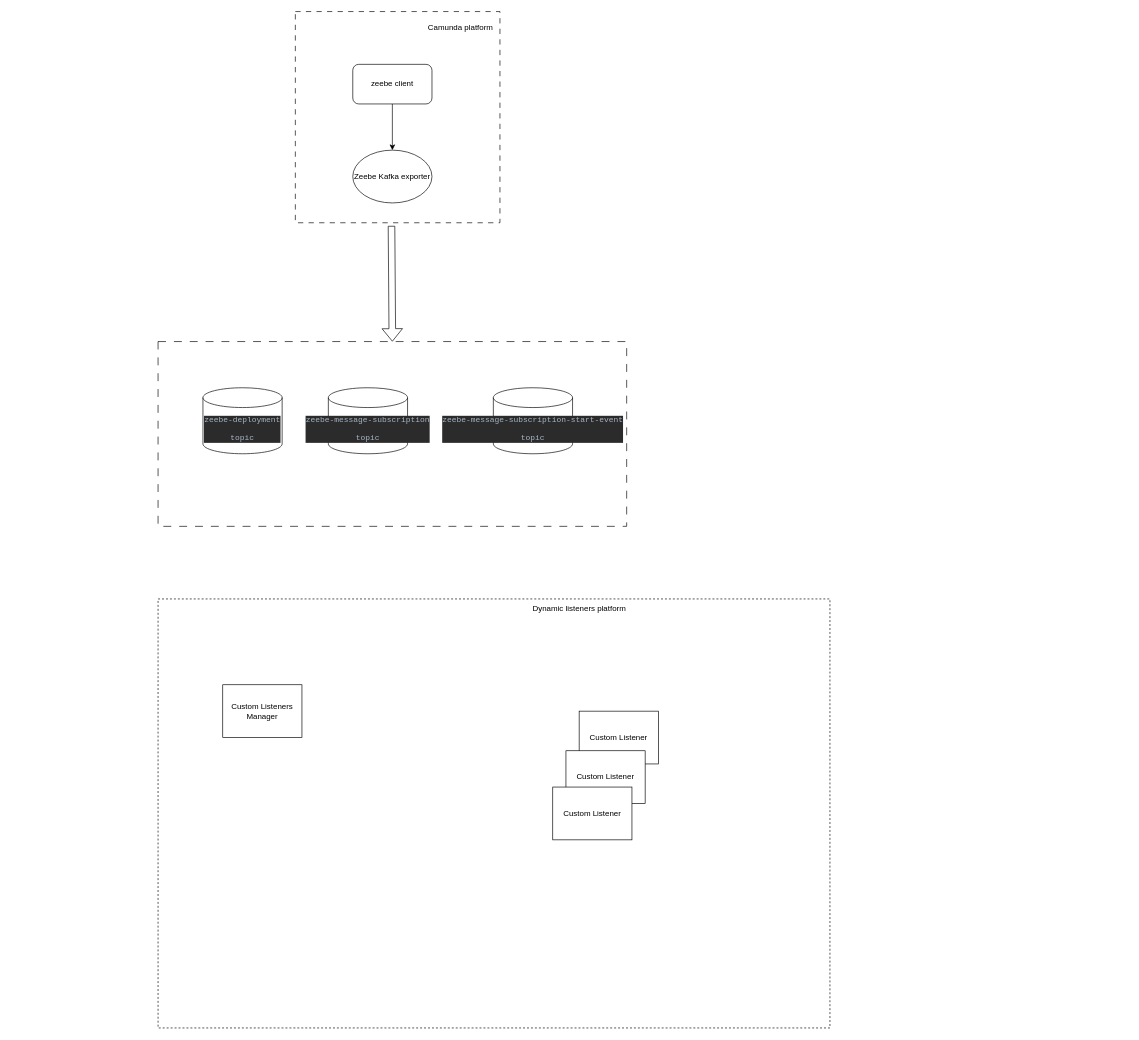
The draw.io diagram Diagram bez názvu.drawio in mciz/definitely-not-watch, before the edit. Source tidied: cells renumbered, new cells numbered last; positions are measured from the earlier drawing's top-left corner, leaving out a move shared by most shapes. Both pictures are drawn from the tidied source at 66%, with x=0, y=0 at pixel (158, 11).
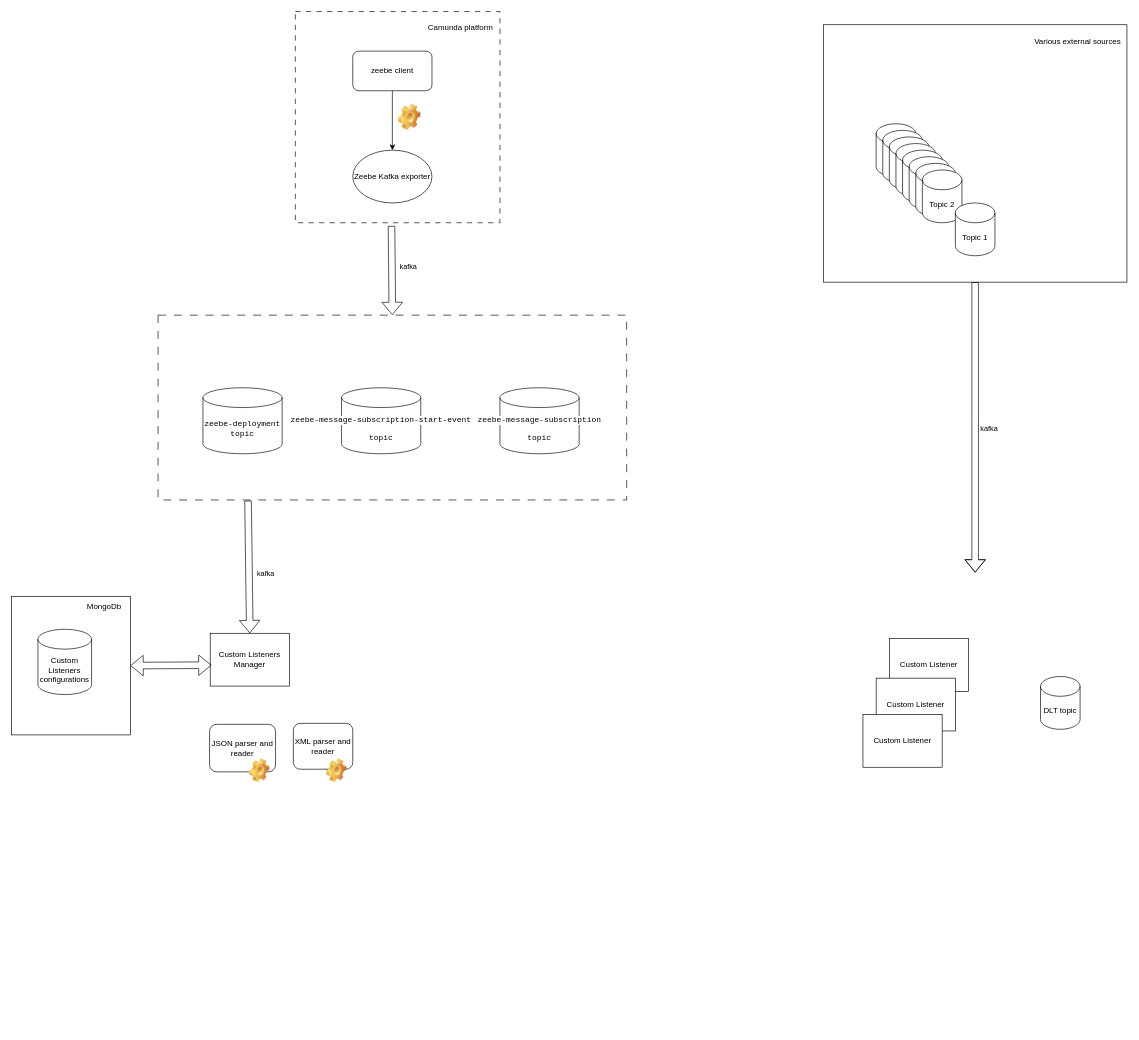
The same diagram, later.

Unchanged cells that the change refers to:
```xml
<mxCell id="13" style="shape=flexArrow;endArrow=classic;html=1;rounded=0;exitX=0.47;exitY=1.015;exitDx=0;exitDy=0;exitPerimeter=0;entryX=0.5;entryY=0;entryDx=0;entryDy=0;" parent="1" edge="1" source="5" target="4">
  <mxGeometry relative="1" as="geometry" />
</mxCell>
```

The edit, as a diff of the source:
```diff
@@
-    <mxCell id="2" style="rounded=0;whiteSpace=wrap;html=1;dashed=1;" parent="1" vertex="1">
-      <mxGeometry y="890" width="1018" height="650" as="geometry" />
-    </mxCell>
-    <mxCell id="3" value="Custom Listener" style="rectangle;whiteSpace=wrap;html=1;" parent="1" vertex="1">
-      <mxGeometry x="638" y="1060" width="120" height="80" as="geometry" />
-    </mxCell>
     <mxCell id="4" style="rounded=0;whiteSpace=wrap;html=1;dashed=1;dashPattern=12 12;" parent="1" vertex="1">
-      <mxGeometry y="500" width="710" height="280" as="geometry" />
+      <mxGeometry y="460" width="710" height="280" as="geometry" />
     </mxCell>
@@
     <mxCell id="7" value="zeebe client" style="rounded=1;whiteSpace=wrap;html=1;" parent="1" vertex="1">
-      <mxGeometry x="295" y="80" width="120" height="60" as="geometry" />
+      <mxGeometry x="295" y="60" width="120" height="60" as="geometry" />
     </mxCell>
@@
-    <mxCell id="9" value="&lt;div style=&quot;background-color:#2b2b2b;color:#a9b7c6;font-family:'JetBrains Mono',monospace;font-size:9,8pt;&quot;&gt;&lt;pre&gt;zeebe-deployment&lt;/pre&gt;&lt;pre&gt;topic&lt;/pre&gt;&lt;/div&gt;" style="shape=cylinder3;whiteSpace=wrap;html=1;boundedLbl=1;backgroundOutline=1;size=15;" parent="1" vertex="1">
+    <mxCell id="9" value="&lt;div style=&quot;&quot;&gt;&lt;pre style=&quot;&quot;&gt;&lt;pre style=&quot;border-color: var(--border-color);&quot;&gt;&lt;span style=&quot;background-color: rgb(255, 255, 255);&quot;&gt;zeebe-deployment&lt;br&gt;topic&lt;/span&gt;&lt;font style=&quot;background-color: rgb(43, 43, 43);&quot; face=&quot;JetBrains Mono, monospace&quot; color=&quot;#a9b7c6&quot;&gt;&lt;br&gt;&lt;/font&gt;&lt;/pre&gt;&lt;/pre&gt;&lt;/div&gt;" style="shape=cylinder3;whiteSpace=wrap;html=1;boundedLbl=1;backgroundOutline=1;size=15;" parent="1" vertex="1">
       <mxGeometry x="68" y="570" width="120" height="100" as="geometry" />
     </mxCell>
-    <mxCell id="10" value="&lt;div style=&quot;background-color:#2b2b2b;color:#a9b7c6;font-family:'JetBrains Mono',monospace;font-size:9,8pt;&quot;&gt;&lt;pre&gt;zeebe-message-subscription&lt;/pre&gt;&lt;pre&gt;topic&lt;br&gt;&lt;/pre&gt;&lt;/div&gt;" style="shape=cylinder3;whiteSpace=wrap;html=1;boundedLbl=1;backgroundOutline=1;size=15;" parent="1" vertex="1">
-      <mxGeometry x="258" y="570" width="120" height="100" as="geometry" />
+    <mxCell id="10" value="&lt;div style=&quot;font-family: &amp;quot;JetBrains Mono&amp;quot;, monospace;&quot;&gt;&lt;pre style=&quot;&quot;&gt;&lt;span style=&quot;background-color: rgb(255, 255, 255);&quot;&gt;zeebe-message-subscription&lt;/span&gt;&lt;/pre&gt;&lt;pre style=&quot;&quot;&gt;&lt;span style=&quot;background-color: rgb(255, 255, 255);&quot;&gt;topic&lt;/span&gt;&lt;font style=&quot;background-color: rgb(43, 43, 43);&quot; color=&quot;#a9b7c6&quot;&gt;&lt;br&gt;&lt;/font&gt;&lt;/pre&gt;&lt;/div&gt;" style="shape=cylinder3;whiteSpace=wrap;html=1;boundedLbl=1;backgroundOutline=1;size=15;" parent="1" vertex="1">
+      <mxGeometry x="518" y="570" width="120" height="100" as="geometry" />
     </mxCell>
-    <mxCell id="11" value="&lt;div style=&quot;background-color:#2b2b2b;color:#a9b7c6;font-family:'JetBrains Mono',monospace;font-size:9,8pt;&quot;&gt;&lt;pre&gt;zeebe-message-subscription-start-event&lt;/pre&gt;&lt;pre&gt;&lt;span style=&quot;font-family: &amp;quot;JetBrains Mono&amp;quot;, monospace;&quot;&gt;topic&lt;/span&gt;&lt;br&gt;&lt;/pre&gt;&lt;/div&gt;" style="shape=cylinder3;whiteSpace=wrap;html=1;boundedLbl=1;backgroundOutline=1;size=15;" parent="1" vertex="1">
-      <mxGeometry x="508" y="570" width="120" height="100" as="geometry" />
+    <mxCell id="11" value="&lt;div style=&quot;font-family: &amp;quot;JetBrains Mono&amp;quot;, monospace;&quot;&gt;&lt;pre style=&quot;&quot;&gt;&lt;span style=&quot;background-color: rgb(255, 255, 255);&quot;&gt;zeebe-message-subscription-start-event&lt;/span&gt;&lt;/pre&gt;&lt;pre style=&quot;&quot;&gt;&lt;span style=&quot;font-family: &amp;quot;JetBrains Mono&amp;quot;, monospace; background-color: rgb(255, 255, 255);&quot;&gt;topic&lt;/span&gt;&lt;font style=&quot;background-color: rgb(43, 43, 43);&quot; color=&quot;#a9b7c6&quot;&gt;&lt;br&gt;&lt;/font&gt;&lt;/pre&gt;&lt;/div&gt;" style="shape=cylinder3;whiteSpace=wrap;html=1;boundedLbl=1;backgroundOutline=1;size=15;" parent="1" vertex="1">
+      <mxGeometry x="278" y="570" width="120" height="100" as="geometry" />
     </mxCell>
     <mxCell id="12" value="Custom Listeners Manager" style="rectangle;whiteSpace=wrap;html=1;" parent="1" vertex="1">
-      <mxGeometry x="98" y="1020" width="120" height="80" as="geometry" />
+      <mxGeometry x="79" y="942" width="120" height="80" as="geometry" />
     </mxCell>
@@
+    <mxCell id="18" value="kafka" style="edgeLabel;html=1;align=center;verticalAlign=middle;" parent="13" vertex="1">
+      <mxGeometry x="-0.29" y="-1" relative="1" as="geometry">
+        <mxPoint x="25" y="13" as="offset" />
+      </mxGeometry>
+    </mxCell>
@@
-    <mxCell id="15" value="Dynamic listeners platform" style="text;html=1;align=center;verticalAlign=middle;strokeColor=none;fillColor=none;" parent="1" vertex="1">
-      <mxGeometry x="558" y="890" width="160" height="30" as="geometry" />
-    </mxCell>
+    <mxCell id="19" style="group;" parent="1" vertex="1">
+      <mxGeometry x="1068" y="950" width="160" height="195" as="geometry" />
+    </mxCell>
+    <mxCell id="3" value="Custom Listener" style="rectangle;whiteSpace=wrap;html=1;" parent="19" vertex="1">
+      <mxGeometry x="40" width="120" height="80" as="geometry" />
+    </mxCell>
-    <mxCell id="16" value="Custom Listener" style="rectangle;whiteSpace=wrap;html=1;" parent="1" vertex="1">
-      <mxGeometry x="618" y="1120" width="120" height="80" as="geometry" />
+    <mxCell id="16" value="Custom Listener" style="rectangle;whiteSpace=wrap;html=1;" parent="19" vertex="1">
+      <mxGeometry x="20" y="60" width="120" height="80" as="geometry" />
     </mxCell>
-    <mxCell id="17" value="Custom Listener" style="rectangle;whiteSpace=wrap;html=1;" parent="1" vertex="1">
-      <mxGeometry x="598" y="1175" width="120" height="80" as="geometry" />
+    <mxCell id="17" value="Custom Listener" style="rectangle;whiteSpace=wrap;html=1;" parent="19" vertex="1">
+      <mxGeometry y="115" width="120" height="80" as="geometry" />
     </mxCell>
+    <mxCell id="20" style="shape=flexArrow;endArrow=classic;html=1;rounded=0;exitX=0.192;exitY=1.004;exitDx=0;exitDy=0;exitPerimeter=0;entryX=0.5;entryY=0;entryDx=0;entryDy=0;" parent="1" edge="1" source="4" target="12">
+      <mxGeometry relative="1" as="geometry" />
+    </mxCell>
+    <mxCell id="21" value="kafka" style="edgeLabel;html=1;align=center;verticalAlign=middle;" parent="20" vertex="1">
+      <mxGeometry x="0.09" relative="1" as="geometry">
+        <mxPoint x="25" as="offset" />
+      </mxGeometry>
+    </mxCell>
+    <mxCell id="22" style="shape=image;html=1;verticalLabelPosition=bottom;verticalAlign=top;imageAspect=1;image=img/clipart/Gear_128x128.png;" parent="1" vertex="1">
+      <mxGeometry x="363.9" y="140" width="34.1" height="40" as="geometry" />
+    </mxCell>
+    <mxCell id="23" style="shape=flexArrow;endArrow=classic;startArrow=classic;html=1;rounded=0;exitX=1;exitY=0.5;exitDx=0;exitDy=0;entryX=0.017;entryY=0.604;entryDx=0;entryDy=0;entryPerimeter=0;" parent="1" edge="1" source="25" target="12">
+      <mxGeometry relative="1" as="geometry" />
+    </mxCell>
+    <mxCell id="24" style="group;" parent="1" vertex="1">
+      <mxGeometry x="-222" y="886" width="180" height="210" as="geometry" />
+    </mxCell>
+    <mxCell id="25" style="whiteSpace=wrap;html=1;" parent="24" vertex="1">
+      <mxGeometry width="180" height="210" as="geometry" />
+    </mxCell>
+    <mxCell id="26" value="Custom Listeners configurations" style="shape=cylinder3;whiteSpace=wrap;html=1;boundedLbl=1;backgroundOutline=1;size=15;" parent="24" vertex="1">
+      <mxGeometry x="40" y="50" width="81.3" height="98.8" as="geometry" />
+    </mxCell>
+    <mxCell id="27" value="MongoDb" style="text;html=1;align=center;verticalAlign=middle;strokeColor=none;fillColor=none;" parent="24" vertex="1">
+      <mxGeometry x="100" width="80" height="30" as="geometry" />
+    </mxCell>
+    <mxCell id="28" style="group;" parent="1" vertex="1">
+      <mxGeometry x="78" y="1080" width="100" height="88" as="geometry" />
+    </mxCell>
+    <mxCell id="29" value="JSON parser and reader" style="rounded=1;whiteSpace=wrap;html=1;" parent="28" vertex="1">
+      <mxGeometry width="100" height="72" as="geometry" />
+    </mxCell>
+    <mxCell id="30" style="shape=image;html=1;verticalLabelPosition=bottom;verticalAlign=top;imageAspect=1;image=img/clipart/Gear_128x128.png;" parent="28" vertex="1">
+      <mxGeometry x="60.3" y="52" width="30.7" height="36" as="geometry" />
+    </mxCell>
+    <mxCell id="31" style="group;" parent="1" vertex="1">
+      <mxGeometry x="205" y="1078.5" width="90" height="89.5" as="geometry" />
+    </mxCell>
+    <mxCell id="32" value="XML parser and reader" style="rounded=1;whiteSpace=wrap;html=1;" parent="31" vertex="1">
+      <mxGeometry width="90" height="69.5" as="geometry" />
+    </mxCell>
+    <mxCell id="33" style="shape=image;html=1;verticalLabelPosition=bottom;verticalAlign=top;imageAspect=1;image=img/clipart/Gear_128x128.png;" parent="31" vertex="1">
+      <mxGeometry x="50" y="53.5" width="30.7" height="36" as="geometry" />
+    </mxCell>
+    <mxCell id="34" value="DLT topic" style="shape=cylinder3;whiteSpace=wrap;html=1;boundedLbl=1;backgroundOutline=1;size=15;" parent="1" vertex="1">
+      <mxGeometry x="1337" y="1007.5" width="60" height="80" as="geometry" />
+    </mxCell>
+    <mxCell id="35" style="rounded=0;whiteSpace=wrap;html=1;" parent="1" vertex="1">
+      <mxGeometry x="1008" y="20" width="460" height="390" as="geometry" />
+    </mxCell>
+    <mxCell id="36" value="Various external sources" style="text;html=1;align=center;verticalAlign=middle;strokeColor=none;fillColor=none;" parent="1" vertex="1">
+      <mxGeometry x="1318" y="30" width="150" height="30" as="geometry" />
+    </mxCell>
+    <mxCell id="37" style="shape=cylinder3;whiteSpace=wrap;html=1;boundedLbl=1;backgroundOutline=1;size=15;" parent="1" vertex="1">
+      <mxGeometry x="1088" y="170" width="60" height="80" as="geometry" />
+    </mxCell>
+    <mxCell id="38" style="shape=cylinder3;whiteSpace=wrap;html=1;boundedLbl=1;backgroundOutline=1;size=15;" parent="1" vertex="1">
+      <mxGeometry x="1098" y="180" width="60" height="80" as="geometry" />
+    </mxCell>
+    <mxCell id="39" style="shape=cylinder3;whiteSpace=wrap;html=1;boundedLbl=1;backgroundOutline=1;size=15;" parent="1" vertex="1">
+      <mxGeometry x="1108" y="190" width="60" height="80" as="geometry" />
+    </mxCell>
+    <mxCell id="40" style="shape=cylinder3;whiteSpace=wrap;html=1;boundedLbl=1;backgroundOutline=1;size=15;" parent="1" vertex="1">
+      <mxGeometry x="1118" y="200" width="60" height="80" as="geometry" />
+    </mxCell>
+    <mxCell id="41" style="shape=cylinder3;whiteSpace=wrap;html=1;boundedLbl=1;backgroundOutline=1;size=15;" parent="1" vertex="1">
+      <mxGeometry x="1128" y="210" width="60" height="80" as="geometry" />
+    </mxCell>
+    <mxCell id="42" style="shape=cylinder3;whiteSpace=wrap;html=1;boundedLbl=1;backgroundOutline=1;size=15;" parent="1" vertex="1">
+      <mxGeometry x="1138" y="220" width="60" height="80" as="geometry" />
+    </mxCell>
+    <mxCell id="43" style="shape=cylinder3;whiteSpace=wrap;html=1;boundedLbl=1;backgroundOutline=1;size=15;" parent="1" vertex="1">
+      <mxGeometry x="1148" y="230" width="60" height="80" as="geometry" />
+    </mxCell>
+    <mxCell id="44" value="Topic 2" style="shape=cylinder3;whiteSpace=wrap;html=1;boundedLbl=1;backgroundOutline=1;size=15;" parent="1" vertex="1">
+      <mxGeometry x="1158" y="240" width="60" height="80" as="geometry" />
+    </mxCell>
+    <mxCell id="45" value="Topic 1" style="shape=cylinder3;whiteSpace=wrap;html=1;boundedLbl=1;backgroundOutline=1;size=15;" parent="1" vertex="1">
+      <mxGeometry x="1208" y="290" width="60" height="80" as="geometry" />
+    </mxCell>
+    <mxCell id="46" style="shape=flexArrow;endArrow=classic;html=1;rounded=0;exitX=0.5;exitY=1;exitDx=0;exitDy=0;" parent="1" edge="1" source="35">
+      <mxGeometry relative="1" as="geometry">
+        <mxPoint x="1238" y="850" as="targetPoint" />
+        <Array as="points">
+          <mxPoint x="1238" y="620" />
+        </Array>
+      </mxGeometry>
+    </mxCell>
+    <mxCell id="47" value="kafka" style="edgeLabel;html=1;align=center;verticalAlign=middle;" parent="46" vertex="1">
+      <mxGeometry x="0.08" y="-1" relative="1" as="geometry">
+        <mxPoint x="21" y="-17" as="offset" />
+      </mxGeometry>
+    </mxCell>
```
